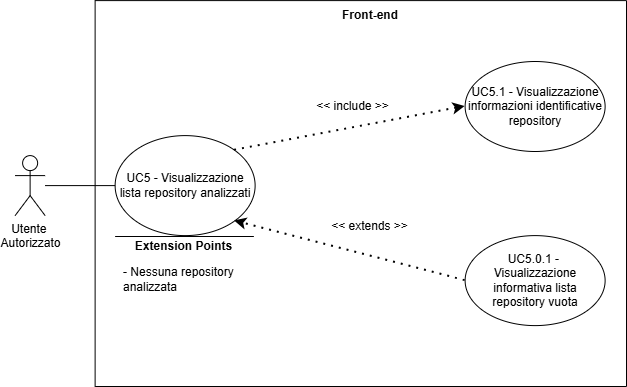
Before: assets/diagrams/UC5.png, a diagram exported from draw.io (SkarabGroup/DocumentazioneProgetto). Source tidied: cells renumbered, new cells last; positions are measured from the earlier drawing's top-left corner, leaving out a move shared by most shapes. Source of this version:
```xml
<mxGraphModel>
  <root>
    <mxCell id="0" />
    <mxCell id="1" parent="0" />
    <mxCell id="2" style="swimlane;startSize=0;" parent="1" vertex="1">
      <mxGeometry x="79.6" y="0.1" width="531.4" height="385.9" as="geometry" />
    </mxCell>
    <mxCell id="3" value="Front-end" style="text;html=1;whiteSpace=wrap;strokeColor=none;fillColor=none;align=center;verticalAlign=middle;rounded=0;perimeterSpacing=1;fontStyle=1;" parent="2" vertex="1">
      <mxGeometry x="235" width="80" height="30" as="geometry" />
    </mxCell>
    <mxCell id="4" value="&lt;div&gt;Utente&amp;nbsp;&lt;/div&gt;&lt;div&gt;Autorizzato&lt;/div&gt;" style="shape=umlActor;verticalLabelPosition=bottom;verticalAlign=top;html=1;outlineConnect=0;" parent="2" vertex="1">
      <mxGeometry x="-80" y="155" width="30" height="60" as="geometry" />
    </mxCell>
    <mxCell id="5" value="UC5 - Visualizzazione lista repository analizzati" style="ellipse;whiteSpace=wrap;html=1;" parent="2" vertex="1">
      <mxGeometry x="20" y="135" width="140" height="100" as="geometry" />
    </mxCell>
    <mxCell id="6" value="&amp;lt;&amp;lt; include &amp;gt;&amp;gt;" style="text;html=1;whiteSpace=wrap;strokeColor=none;fillColor=none;align=center;verticalAlign=middle;rounded=0;" parent="2" vertex="1">
      <mxGeometry x="210" y="90.9" width="95" height="30" as="geometry" />
    </mxCell>
    <mxCell id="7" value="UC5.1 - Visualizzazione informazioni identificative repository" style="ellipse;whiteSpace=wrap;html=1;" parent="2" vertex="1">
      <mxGeometry x="370" y="60.9" width="140" height="90" as="geometry" />
    </mxCell>
    <mxCell id="8" style="endArrow=classic;dashed=1;html=1;dashPattern=1 3;strokeWidth=2;rounded=0;entryX=0;entryY=0.5;entryDx=0;entryDy=0;exitX=1;exitY=0;exitDx=0;exitDy=0;strokeColor=default;curved=0;endFill=1;endSize=6;" parent="2" edge="1" source="5" target="7">
      <mxGeometry relative="1" as="geometry" />
    </mxCell>
    <mxCell id="9" value="&amp;lt;&amp;lt; extends &amp;gt;&amp;gt;" style="text;html=1;whiteSpace=wrap;strokeColor=none;fillColor=none;align=center;verticalAlign=middle;rounded=0;" parent="2" vertex="1">
      <mxGeometry x="227.5" y="210.9" width="95" height="30" as="geometry" />
    </mxCell>
    <mxCell id="10" value="UC5.0.1 -&amp;nbsp;&lt;div&gt;Visualizzazione informativa lista repository vuota&lt;/div&gt;" style="ellipse;whiteSpace=wrap;html=1;" parent="2" vertex="1">
      <mxGeometry x="370" y="235" width="140" height="90" as="geometry" />
    </mxCell>
    <mxCell id="11" style="endArrow=classic;dashed=1;html=1;dashPattern=1 3;strokeWidth=2;rounded=0;exitX=0;exitY=0.5;exitDx=0;exitDy=0;strokeColor=default;curved=0;endFill=1;endSize=6;entryX=1;entryY=1;entryDx=0;entryDy=0;" parent="2" edge="1" source="10" target="5">
      <mxGeometry relative="1" as="geometry" />
    </mxCell>
    <mxCell id="12" style="endArrow=none;html=1;rounded=0;" parent="2" edge="1">
      <mxGeometry relative="1" as="geometry">
        <mxPoint x="158.8" y="235.9" as="sourcePoint" />
        <mxPoint x="20" y="235.9" as="targetPoint" />
      </mxGeometry>
    </mxCell>
    <mxCell id="13" value="&lt;b&gt;Extension Points&lt;/b&gt;" style="text;html=1;whiteSpace=wrap;strokeColor=none;fillColor=none;align=center;verticalAlign=middle;rounded=0;strokeWidth=5;" parent="2" vertex="1">
      <mxGeometry x="31.9" y="230.9" width="115" height="30" as="geometry" />
    </mxCell>
    <mxCell id="14" value="&lt;div align=&quot;left&quot;&gt;- Nessuna repository analizzata&lt;/div&gt;" style="text;html=1;whiteSpace=wrap;strokeColor=none;fillColor=none;align=left;verticalAlign=middle;rounded=0;" parent="2" vertex="1">
      <mxGeometry x="26.9" y="235.9" width="147" height="85" as="geometry" />
    </mxCell>
    <mxCell id="15" style="endArrow=none;html=1;rounded=0;entryX=0;entryY=0.5;entryDx=0;entryDy=0;" parent="2" edge="1" source="4" target="5">
      <mxGeometry relative="1" as="geometry" />
    </mxCell>
  </root>
</mxGraphModel>
```
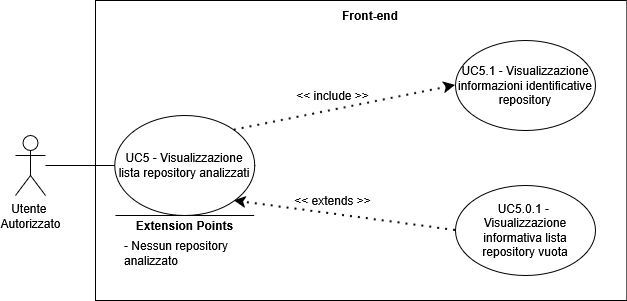
Later version of the same file.

Change to the diagram source:
```diff
@@ -3,48 +3,48 @@
     <mxCell id="0" />
     <mxCell id="1" parent="0" />
     <mxCell id="2" style="swimlane;startSize=0;" parent="1" vertex="1">
-      <mxGeometry x="79.6" y="0.1" width="531.4" height="385.9" as="geometry" />
+      <mxGeometry x="79.6" y="0.1" width="531.4" height="300" as="geometry" />
     </mxCell>
     <mxCell id="3" value="Front-end" style="text;html=1;whiteSpace=wrap;strokeColor=none;fillColor=none;align=center;verticalAlign=middle;rounded=0;perimeterSpacing=1;fontStyle=1;" parent="2" vertex="1">
       <mxGeometry x="235" width="80" height="30" as="geometry" />
     </mxCell>
-    <mxCell id="4" value="&lt;div&gt;Utente&amp;nbsp;&lt;/div&gt;&lt;div&gt;Autorizzato&lt;/div&gt;" style="shape=umlActor;verticalLabelPosition=bottom;verticalAlign=top;html=1;outlineConnect=0;" parent="2" vertex="1">
-      <mxGeometry x="-80" y="155" width="30" height="60" as="geometry" />
-    </mxCell>
     <mxCell id="5" value="UC5 - Visualizzazione lista repository analizzati" style="ellipse;whiteSpace=wrap;html=1;" parent="2" vertex="1">
-      <mxGeometry x="20" y="135" width="140" height="100" as="geometry" />
+      <mxGeometry x="19.3" y="115" width="140" height="100" as="geometry" />
     </mxCell>
     <mxCell id="6" value="&amp;lt;&amp;lt; include &amp;gt;&amp;gt;" style="text;html=1;whiteSpace=wrap;strokeColor=none;fillColor=none;align=center;verticalAlign=middle;rounded=0;" parent="2" vertex="1">
-      <mxGeometry x="210" y="90.9" width="95" height="30" as="geometry" />
+      <mxGeometry x="190" y="80" width="95" height="30" as="geometry" />
     </mxCell>
     <mxCell id="7" value="UC5.1 - Visualizzazione informazioni identificative repository" style="ellipse;whiteSpace=wrap;html=1;" parent="2" vertex="1">
-      <mxGeometry x="370" y="60.9" width="140" height="90" as="geometry" />
+      <mxGeometry x="360" y="40" width="140" height="90" as="geometry" />
     </mxCell>
     <mxCell id="8" style="endArrow=classic;dashed=1;html=1;dashPattern=1 3;strokeWidth=2;rounded=0;entryX=0;entryY=0.5;entryDx=0;entryDy=0;exitX=1;exitY=0;exitDx=0;exitDy=0;strokeColor=default;curved=0;endFill=1;endSize=6;" parent="2" edge="1" source="5" target="7">
       <mxGeometry relative="1" as="geometry" />
     </mxCell>
     <mxCell id="9" value="&amp;lt;&amp;lt; extends &amp;gt;&amp;gt;" style="text;html=1;whiteSpace=wrap;strokeColor=none;fillColor=none;align=center;verticalAlign=middle;rounded=0;" parent="2" vertex="1">
-      <mxGeometry x="227.5" y="210.9" width="95" height="30" as="geometry" />
+      <mxGeometry x="190" y="185" width="95" height="30" as="geometry" />
     </mxCell>
     <mxCell id="10" value="UC5.0.1 -&amp;nbsp;&lt;div&gt;Visualizzazione informativa lista repository vuota&lt;/div&gt;" style="ellipse;whiteSpace=wrap;html=1;" parent="2" vertex="1">
-      <mxGeometry x="370" y="235" width="140" height="90" as="geometry" />
+      <mxGeometry x="360" y="185" width="140" height="90" as="geometry" />
     </mxCell>
     <mxCell id="11" style="endArrow=classic;dashed=1;html=1;dashPattern=1 3;strokeWidth=2;rounded=0;exitX=0;exitY=0.5;exitDx=0;exitDy=0;strokeColor=default;curved=0;endFill=1;endSize=6;entryX=1;entryY=1;entryDx=0;entryDy=0;" parent="2" edge="1" source="10" target="5">
       <mxGeometry relative="1" as="geometry" />
     </mxCell>
     <mxCell id="12" style="endArrow=none;html=1;rounded=0;" parent="2" edge="1">
       <mxGeometry relative="1" as="geometry">
-        <mxPoint x="158.8" y="235.9" as="sourcePoint" />
-        <mxPoint x="20" y="235.9" as="targetPoint" />
+        <mxPoint x="158.7" y="215" as="sourcePoint" />
+        <mxPoint x="19.9" y="215" as="targetPoint" />
       </mxGeometry>
     </mxCell>
     <mxCell id="13" value="&lt;b&gt;Extension Points&lt;/b&gt;" style="text;html=1;whiteSpace=wrap;strokeColor=none;fillColor=none;align=center;verticalAlign=middle;rounded=0;strokeWidth=5;" parent="2" vertex="1">
-      <mxGeometry x="31.9" y="230.9" width="115" height="30" as="geometry" />
+      <mxGeometry x="31.8" y="210" width="115" height="30" as="geometry" />
     </mxCell>
-    <mxCell id="14" value="&lt;div align=&quot;left&quot;&gt;- Nessuna repository analizzata&lt;/div&gt;" style="text;html=1;whiteSpace=wrap;strokeColor=none;fillColor=none;align=left;verticalAlign=middle;rounded=0;" parent="2" vertex="1">
-      <mxGeometry x="26.9" y="235.9" width="147" height="85" as="geometry" />
+    <mxCell id="14" value="&lt;div align=&quot;left&quot;&gt;- Nessun repository analizzato&lt;/div&gt;" style="text;html=1;whiteSpace=wrap;strokeColor=none;fillColor=none;align=left;verticalAlign=middle;rounded=0;" parent="2" vertex="1">
+      <mxGeometry x="26.8" y="210" width="147" height="85" as="geometry" />
     </mxCell>
+    <mxCell id="4" value="&lt;div&gt;Utente&amp;nbsp;&lt;/div&gt;&lt;div&gt;Autorizzato&lt;/div&gt;" style="shape=umlActor;verticalLabelPosition=bottom;verticalAlign=top;html=1;outlineConnect=0;" parent="1" vertex="1">
+      <mxGeometry x="-0.4" y="135.1" width="30" height="60" as="geometry" />
+    </mxCell>
-    <mxCell id="15" style="endArrow=none;html=1;rounded=0;entryX=0;entryY=0.5;entryDx=0;entryDy=0;" parent="2" edge="1" source="4" target="5">
+    <mxCell id="15" style="endArrow=none;html=1;rounded=0;entryX=0;entryY=0.5;entryDx=0;entryDy=0;" parent="1" edge="1" source="4" target="5">
       <mxGeometry relative="1" as="geometry" />
     </mxCell>
   </root>
```
